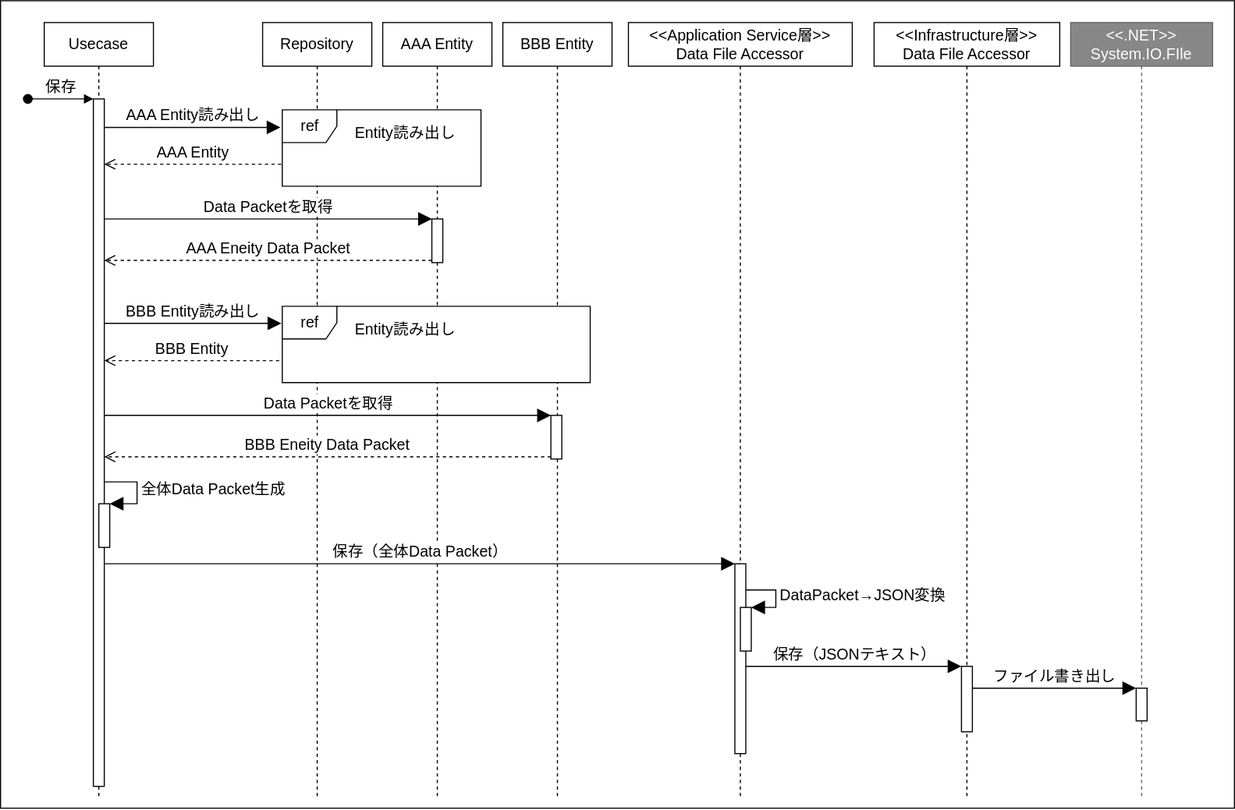
bosssanovar/WindowsApp_Template_202404 keeps this draw.io diagram as Documents/Design/設定データファイル保存シーケンス.svg. Above is the earlier version. Source tidied: cells renumbered, new cells last; positions are measured from the earlier drawing's top-left corner, leaving out a move shared by most shapes.
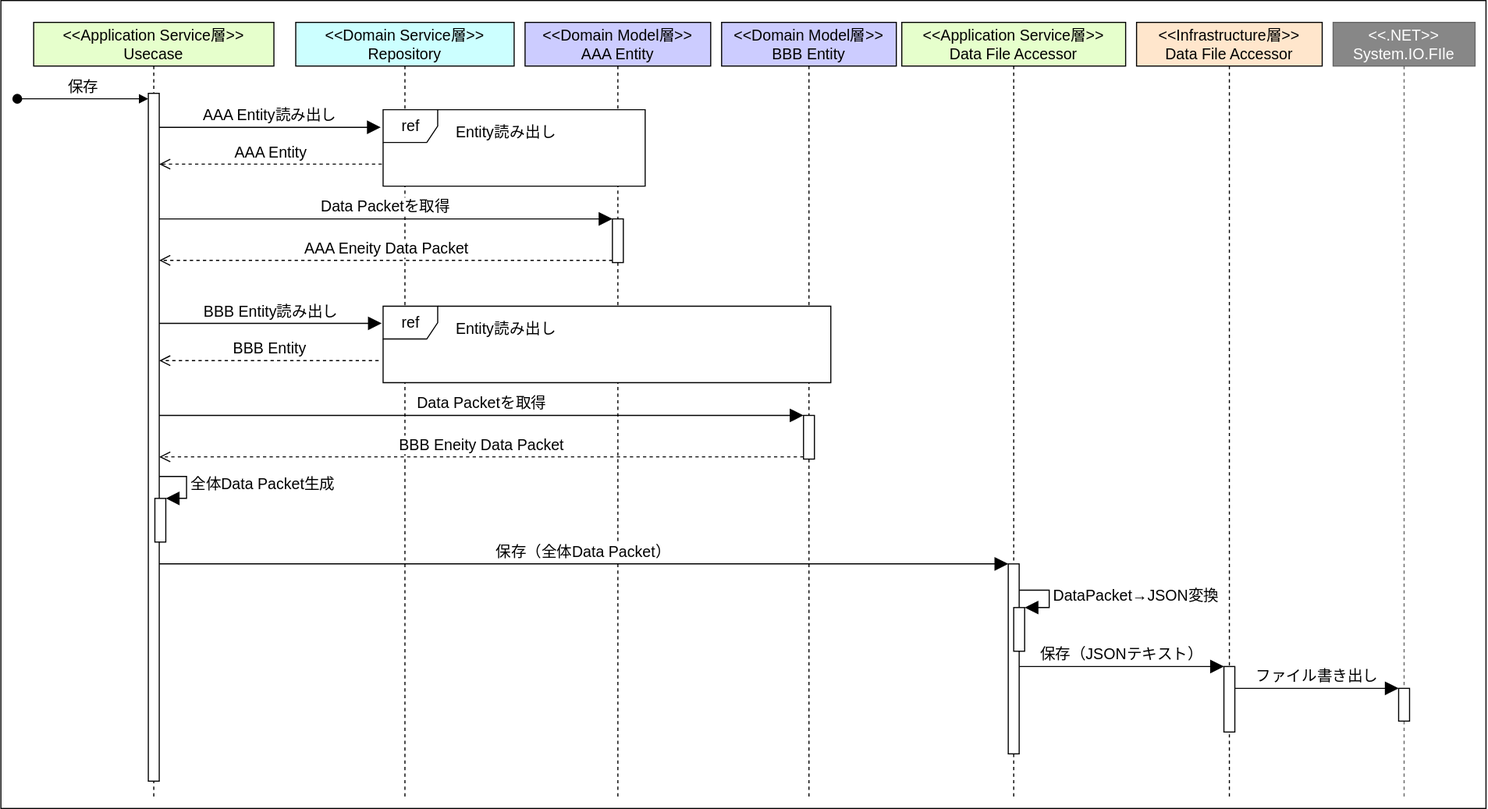
Above is the later version.

The edit, as a diff of the source:
```diff
@@ -3,13 +3,13 @@
     <mxCell id="0" />
     <mxCell id="1" parent="0" />
     <mxCell id="2" style="rounded=0;whiteSpace=wrap;html=1;strokeColor=#000000;strokeWidth=1;fontSize=14;fontColor=#000000;fillColor=default;" parent="1" vertex="1">
-      <mxGeometry width="1130" height="740" as="geometry" />
+      <mxGeometry x="-230" width="1360" height="740" as="geometry" />
     </mxCell>
-    <mxCell id="3" value="Usecase" style="shape=umlLifeline;perimeter=lifelinePerimeter;whiteSpace=wrap;html=1;strokeColor=#000000;strokeWidth=1;fontSize=14;fontColor=#000000;fillColor=#FFFFFF;" parent="1" vertex="1">
-      <mxGeometry x="40" y="20" width="100" height="710" as="geometry" />
+    <mxCell id="3" value="&amp;lt;&amp;lt;Application Service層&amp;gt;&amp;gt;&lt;br&gt;Usecase" style="shape=umlLifeline;perimeter=lifelinePerimeter;whiteSpace=wrap;html=1;strokeColor=#000000;strokeWidth=1;fontSize=14;fontColor=#000000;fillColor=#E6FFCC;" parent="1" vertex="1">
+      <mxGeometry x="-200" y="20" width="220" height="710" as="geometry" />
     </mxCell>
     <mxCell id="4" style="html=1;points=[];perimeter=orthogonalPerimeter;strokeColor=#000000;strokeWidth=1;fontSize=14;fontColor=#000000;fillColor=default;" parent="3" vertex="1">
-      <mxGeometry x="45" y="70" width="10" height="630" as="geometry" />
+      <mxGeometry x="105" y="65" width="10" height="630" as="geometry" />
     </mxCell>
     <mxCell id="5" value="保存" style="html=1;verticalAlign=bottom;startArrow=oval;endArrow=block;startSize=8;strokeWidth=1;fontSize=14;fontColor=#000000;" parent="3" edge="1" target="4">
       <mxGeometry relative="1" as="geometry">
@@ -17,33 +17,33 @@
       </mxGeometry>
     </mxCell>
     <mxCell id="6" style="html=1;points=[];perimeter=orthogonalPerimeter;strokeColor=#000000;strokeWidth=1;fontSize=14;fontColor=#000000;fillColor=default;" parent="3" vertex="1">
-      <mxGeometry x="50" y="441" width="10" height="40" as="geometry" />
+      <mxGeometry x="111" y="436" width="10" height="40" as="geometry" />
     </mxCell>
-    <mxCell id="7" value="全体Data Packet生成" style="edgeStyle=orthogonalEdgeStyle;html=1;align=left;spacingLeft=2;endArrow=block;rounded=0;entryX=1;entryY=0;strokeWidth=1;fontSize=14;fontColor=#000000;startSize=6;endSize=10;" parent="3" edge="1" target="6">
+    <mxCell id="7" value="全体Data Packet生成" style="edgeStyle=orthogonalEdgeStyle;html=1;align=left;spacingLeft=2;endArrow=block;rounded=0;entryX=1;entryY=0;strokeWidth=1;fontSize=14;fontColor=#000000;startSize=6;endSize=10;" parent="3" edge="1" source="4" target="6">
       <mxGeometry relative="1" as="geometry">
-        <mxPoint x="55" y="421" as="sourcePoint" />
         <Array as="points">
-          <mxPoint x="85" y="421" />
+          <mxPoint x="140" y="416" />
+          <mxPoint x="140" y="436" />
         </Array>
       </mxGeometry>
     </mxCell>
-    <mxCell id="8" value="Repository" style="shape=umlLifeline;perimeter=lifelinePerimeter;whiteSpace=wrap;html=1;strokeColor=#000000;strokeWidth=1;fontSize=14;fontColor=#000000;fillColor=#FFFFFF;" parent="1" vertex="1">
-      <mxGeometry x="240" y="20" width="100" height="710" as="geometry" />
+    <mxCell id="8" value="&amp;lt;&amp;lt;Domain Service層&amp;gt;&amp;gt;&lt;br&gt;Repository" style="shape=umlLifeline;perimeter=lifelinePerimeter;whiteSpace=wrap;html=1;strokeColor=#000000;strokeWidth=1;fontSize=14;fontColor=#000000;fillColor=#CCFFFF;" parent="1" vertex="1">
+      <mxGeometry x="40" y="20" width="200" height="710" as="geometry" />
     </mxCell>
-    <mxCell id="9" value="AAA Entity" style="shape=umlLifeline;perimeter=lifelinePerimeter;whiteSpace=wrap;html=1;strokeColor=#000000;strokeWidth=1;fontSize=14;fontColor=#000000;fillColor=#FFFFFF;" parent="1" vertex="1">
-      <mxGeometry x="350" y="20" width="100" height="710" as="geometry" />
+    <mxCell id="9" value="&amp;lt;&amp;lt;Domain Model層&amp;gt;&amp;gt;&lt;br&gt;AAA Entity" style="shape=umlLifeline;perimeter=lifelinePerimeter;whiteSpace=wrap;html=1;strokeColor=#000000;strokeWidth=1;fontSize=14;fontColor=#000000;fillColor=#CCCCFF;" parent="1" vertex="1">
+      <mxGeometry x="250" y="20" width="170" height="710" as="geometry" />
     </mxCell>
     <mxCell id="10" style="html=1;points=[];perimeter=orthogonalPerimeter;strokeColor=#000000;strokeWidth=1;fontSize=14;fontColor=#000000;fillColor=default;" parent="9" vertex="1">
-      <mxGeometry x="45" y="180" width="10" height="40" as="geometry" />
+      <mxGeometry x="80" y="180" width="10" height="40" as="geometry" />
     </mxCell>
-    <mxCell id="11" value="BBB Entity" style="shape=umlLifeline;perimeter=lifelinePerimeter;whiteSpace=wrap;html=1;strokeColor=#000000;strokeWidth=1;fontSize=14;fontColor=#000000;fillColor=#FFFFFF;" parent="1" vertex="1">
-      <mxGeometry x="460" y="20" width="100" height="710" as="geometry" />
+    <mxCell id="11" value="&amp;lt;&amp;lt;Domain Model層&amp;gt;&amp;gt;&lt;br&gt;BBB Entity" style="shape=umlLifeline;perimeter=lifelinePerimeter;whiteSpace=wrap;html=1;strokeColor=#000000;strokeWidth=1;fontSize=14;fontColor=#000000;fillColor=#CCCCFF;" parent="1" vertex="1">
+      <mxGeometry x="430" y="20" width="160" height="710" as="geometry" />
     </mxCell>
     <mxCell id="12" style="html=1;points=[];perimeter=orthogonalPerimeter;strokeColor=#000000;strokeWidth=1;fontSize=14;fontColor=#000000;fillColor=default;" parent="11" vertex="1">
-      <mxGeometry x="44" y="360" width="10" height="40" as="geometry" />
+      <mxGeometry x="75" y="360" width="10" height="40" as="geometry" />
     </mxCell>
-    <mxCell id="13" value="&amp;lt;&amp;lt;Application Service層&amp;gt;&amp;gt;&lt;br&gt;Data File Accessor" style="shape=umlLifeline;perimeter=lifelinePerimeter;whiteSpace=wrap;html=1;strokeColor=#000000;strokeWidth=1;fontSize=14;fontColor=#000000;fillColor=#FFFFFF;" parent="1" vertex="1">
-      <mxGeometry x="575" y="20" width="205" height="710" as="geometry" />
+    <mxCell id="13" value="&amp;lt;&amp;lt;Application Service層&amp;gt;&amp;gt;&lt;br&gt;Data File Accessor" style="shape=umlLifeline;perimeter=lifelinePerimeter;whiteSpace=wrap;html=1;strokeColor=#000000;strokeWidth=1;fontSize=14;fontColor=#000000;fillColor=#E6FFCC;" parent="1" vertex="1">
+      <mxGeometry x="595" y="20" width="205" height="710" as="geometry" />
     </mxCell>
     <mxCell id="14" style="html=1;points=[];perimeter=orthogonalPerimeter;strokeColor=#000000;strokeWidth=1;fontSize=14;fontColor=#000000;fillColor=default;" parent="13" vertex="1">
       <mxGeometry x="97.5" y="496" width="10" height="174" as="geometry" />
@@ -59,20 +59,20 @@
         </Array>
       </mxGeometry>
     </mxCell>
-    <mxCell id="17" value="&amp;lt;&amp;lt;Infrastructure層&amp;gt;&amp;gt;&lt;br style=&quot;border-color: var(--border-color);&quot;&gt;Data File Accessor" style="shape=umlLifeline;perimeter=lifelinePerimeter;whiteSpace=wrap;html=1;strokeColor=#000000;strokeWidth=1;fontSize=14;fontColor=#000000;fillColor=#FFFFFF;" parent="1" vertex="1">
-      <mxGeometry x="800" y="20" width="170" height="710" as="geometry" />
+    <mxCell id="17" value="&amp;lt;&amp;lt;Infrastructure層&amp;gt;&amp;gt;&lt;br style=&quot;border-color: var(--border-color);&quot;&gt;Data File Accessor" style="shape=umlLifeline;perimeter=lifelinePerimeter;whiteSpace=wrap;html=1;strokeColor=#000000;strokeWidth=1;fontSize=14;fontColor=#000000;fillColor=#FFE6CC;" parent="1" vertex="1">
+      <mxGeometry x="810" y="20" width="170" height="710" as="geometry" />
     </mxCell>
     <mxCell id="18" style="html=1;points=[];perimeter=orthogonalPerimeter;strokeColor=#000000;strokeWidth=1;fontSize=14;fontColor=#000000;fillColor=default;" parent="17" vertex="1">
       <mxGeometry x="80" y="590" width="10" height="60" as="geometry" />
     </mxCell>
     <mxCell id="19" value="&amp;lt;&amp;lt;.NET&amp;gt;&amp;gt;&lt;br&gt;System.IO.FIle" style="shape=umlLifeline;perimeter=lifelinePerimeter;whiteSpace=wrap;html=1;strokeColor=#666666;strokeWidth=1;fontSize=14;fontColor=#FFFFFF;fillColor=#878787;" parent="1" vertex="1">
-      <mxGeometry x="980" y="20" width="130" height="710" as="geometry" />
+      <mxGeometry x="990" y="20" width="130" height="710" as="geometry" />
     </mxCell>
     <mxCell id="20" style="html=1;points=[];perimeter=orthogonalPerimeter;strokeColor=#000000;strokeWidth=1;fontSize=14;fontColor=#000000;fillColor=default;" parent="19" vertex="1">
       <mxGeometry x="60" y="610" width="10" height="30" as="geometry" />
     </mxCell>
     <mxCell id="21" value="ref" style="shape=umlFrame;tabPosition=left;html=1;boundedLbl=1;labelInHeader=1;width=50;height=30;strokeWidth=1;fontSize=14;swimlaneFillColor=#FFFFFF;" parent="1" vertex="1">
-      <mxGeometry x="258" y="100" width="182" height="70" as="geometry" />
+      <mxGeometry x="120" y="100" width="240" height="70" as="geometry" />
     </mxCell>
     <mxCell id="22" value="Entity読み出し" style="text;align=center;strokeColor=none;strokeWidth=1;fontSize=14;fontColor=#000000;fillColor=default;" parent="21" vertex="1">
       <mxGeometry width="100" height="20" relative="1" as="geometry">
@@ -80,7 +80,7 @@
       </mxGeometry>
     </mxCell>
     <mxCell id="23" value="ref" style="shape=umlFrame;tabPosition=left;html=1;boundedLbl=1;labelInHeader=1;width=50;height=30;strokeColor=#000000;strokeWidth=1;fontSize=14;fontColor=#000000;fillColor=default;swimlaneFillColor=#FFFFFF;" parent="1" vertex="1">
-      <mxGeometry x="258" y="280" width="282" height="70" as="geometry" />
+      <mxGeometry x="120" y="280" width="410" height="70" as="geometry" />
     </mxCell>
     <mxCell id="24" value="Entity読み出し" style="text;align=center;strokeColor=none;strokeWidth=1;fontSize=14;fontColor=#000000;fillColor=default;" parent="23" vertex="1">
       <mxGeometry width="100" height="20" relative="1" as="geometry">
@@ -111,10 +111,8 @@
     <mxCell id="32" value="BBB Eneity Data Packet" style="html=1;verticalAlign=bottom;endArrow=open;dashed=1;endSize=8;exitX=0;exitY=0.95;strokeWidth=1;fontSize=14;fontColor=#000000;" parent="1" edge="1" source="12" target="4">
       <mxGeometry relative="1" as="geometry" />
     </mxCell>
-    <mxCell id="33" value="保存（全体Data Packet）" style="html=1;verticalAlign=bottom;endArrow=block;entryX=0;entryY=0;strokeWidth=1;fontSize=14;fontColor=#000000;startSize=6;endSize=10;" parent="1" edge="1" target="14">
-      <mxGeometry relative="1" as="geometry">
-        <mxPoint x="95" y="516" as="sourcePoint" />
-      </mxGeometry>
+    <mxCell id="33" value="保存（全体Data Packet）" style="html=1;verticalAlign=bottom;endArrow=block;entryX=0;entryY=0;strokeWidth=1;fontSize=14;fontColor=#000000;startSize=6;endSize=10;" parent="1" edge="1" source="4" target="14">
+      <mxGeometry relative="1" as="geometry" />
     </mxCell>
     <mxCell id="34" value="保存（JSONテキスト）" style="html=1;verticalAlign=bottom;endArrow=block;entryX=0;entryY=0;strokeWidth=1;fontSize=14;fontColor=#000000;startSize=6;endSize=10;" parent="1" edge="1" source="14" target="18">
       <mxGeometry relative="1" as="geometry" />
```
